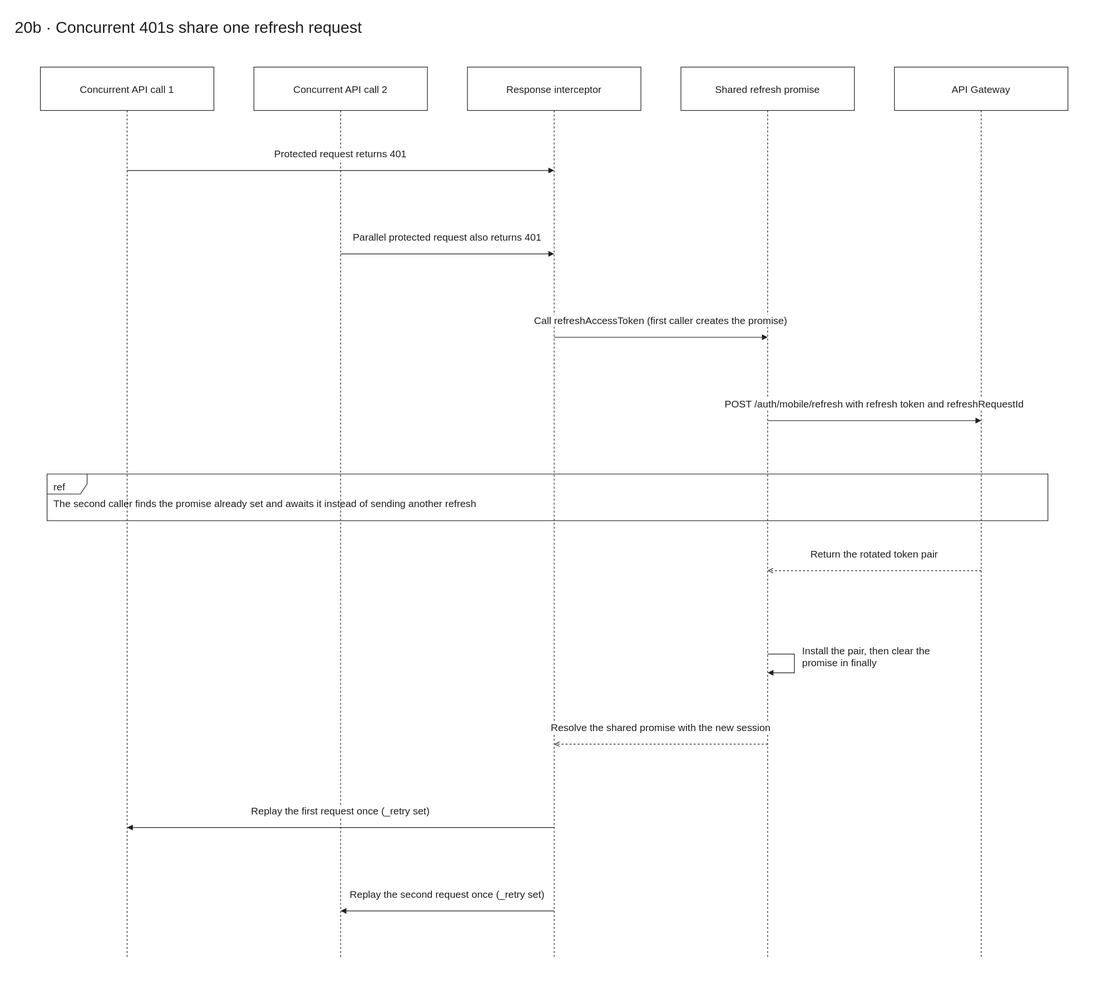
Above: docs/diagrams/velora-current/importable-svg/20b-auth-refresh-deduplication.drawio.svg in HieuCuteDangYeu/velora-backend (draw.io), before the change. Source tidied: cells renumbered, new cells last; positions are measured from the earlier drawing's top-left corner, leaving out a move shared by most shapes.
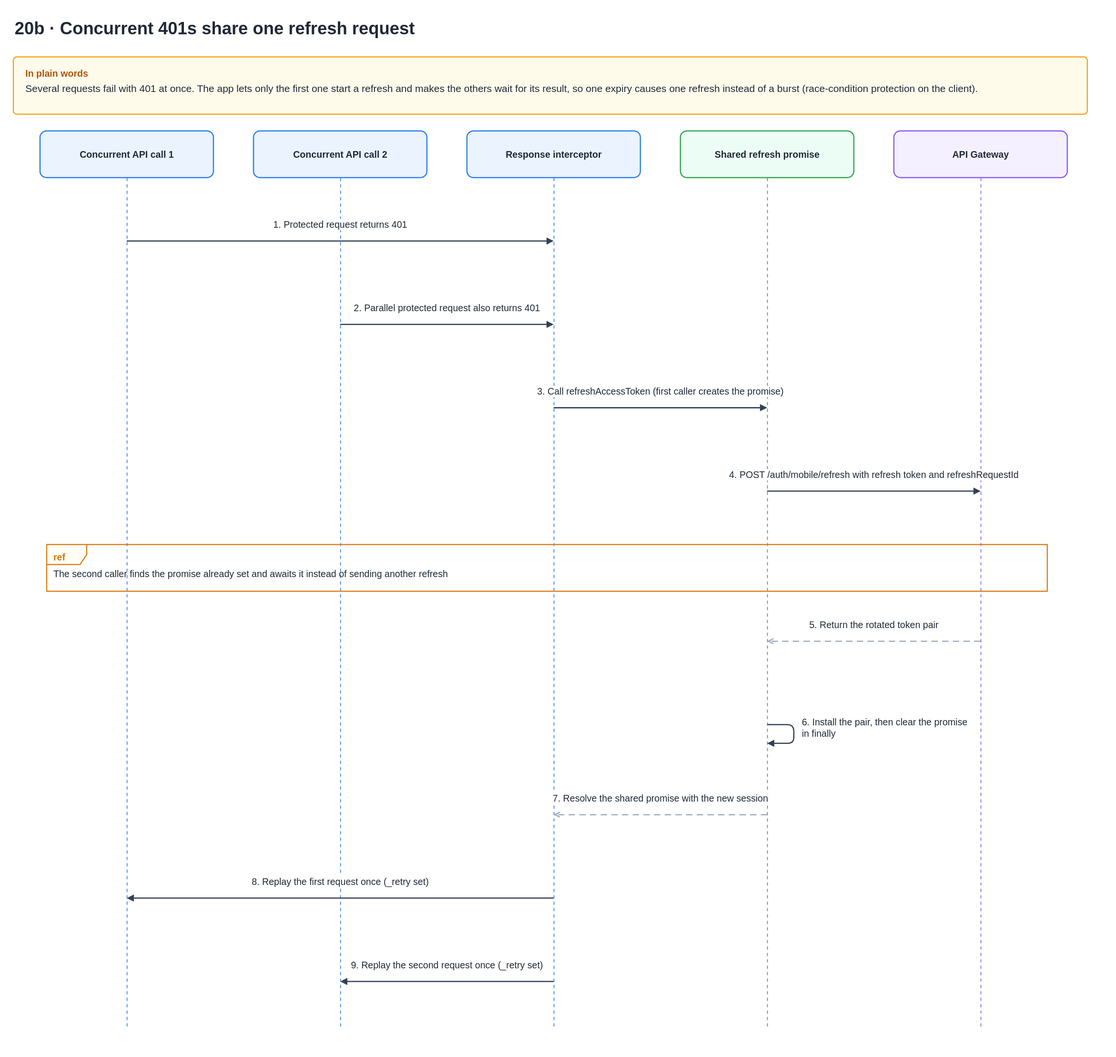
The same diagram one commit later.

Diff of the diagram source:
```diff
@@ -2,126 +2,132 @@
   <root>
     <mxCell id="0" />
     <mxCell id="1" parent="0" />
+    <mxCell id="24" style="html=1;fontFamily=Helvetica;fontSize=14;fontColor=#1F2937;dashed=1;dashPattern=4 4;endArrow=none;strokeColor=#8B5CF6;strokeWidth=1.2;" parent="1" edge="1">
+      <mxGeometry relative="1" as="geometry">
+        <mxPoint x="1450" y="246" as="sourcePoint" />
+        <mxPoint x="1450" y="1521" as="targetPoint" />
+      </mxGeometry>
+    </mxCell>
+    <mxCell id="25" style="html=1;fontFamily=Helvetica;fontSize=14;fontColor=#1F2937;dashed=1;dashPattern=4 4;endArrow=none;strokeColor=#34A853;strokeWidth=1.2;" parent="1" edge="1">
+      <mxGeometry relative="1" as="geometry">
+        <mxPoint x="1130" y="246" as="sourcePoint" />
+        <mxPoint x="1130" y="1521" as="targetPoint" />
+      </mxGeometry>
+    </mxCell>
-    <mxCell id="2" style="html=1;fontFamily=Arial;fontSize=15;fontColor=light-dark(#202020,#eeeeee);strokeColor=light-dark(#202020,#eeeeee);dashed=1;endArrow=none;" parent="1" edge="1">
+    <mxCell id="2" style="html=1;fontFamily=Helvetica;fontSize=14;fontColor=#1F2937;dashed=1;dashPattern=4 4;endArrow=none;strokeColor=#2F80ED;strokeWidth=1.2;" parent="1" edge="1">
       <mxGeometry relative="1" as="geometry">
-        <mxPoint x="1450" y="145" as="sourcePoint" />
-        <mxPoint x="1450" y="1415" as="targetPoint" />
+        <mxPoint x="810" y="246" as="sourcePoint" />
+        <mxPoint x="810" y="1521" as="targetPoint" />
       </mxGeometry>
     </mxCell>
-    <mxCell id="3" style="html=1;fontFamily=Arial;fontSize=15;fontColor=light-dark(#202020,#eeeeee);strokeColor=light-dark(#202020,#eeeeee);dashed=1;endArrow=none;" parent="1" edge="1">
+    <mxCell id="3" style="html=1;fontFamily=Helvetica;fontSize=14;fontColor=#1F2937;dashed=1;dashPattern=4 4;endArrow=none;strokeColor=#2F80ED;strokeWidth=1.2;" parent="1" edge="1">
       <mxGeometry relative="1" as="geometry">
-        <mxPoint x="1130" y="145" as="sourcePoint" />
-        <mxPoint x="1130" y="1415" as="targetPoint" />
+        <mxPoint x="490" y="246" as="sourcePoint" />
+        <mxPoint x="490" y="1521" as="targetPoint" />
       </mxGeometry>
     </mxCell>
-    <mxCell id="4" style="html=1;fontFamily=Arial;fontSize=15;fontColor=light-dark(#202020,#eeeeee);strokeColor=light-dark(#202020,#eeeeee);dashed=1;endArrow=none;" parent="1" edge="1">
+    <mxCell id="4" style="html=1;fontFamily=Helvetica;fontSize=14;fontColor=#1F2937;dashed=1;dashPattern=4 4;endArrow=none;strokeColor=#2F80ED;strokeWidth=1.2;" parent="1" edge="1">
       <mxGeometry relative="1" as="geometry">
-        <mxPoint x="810" y="145" as="sourcePoint" />
-        <mxPoint x="810" y="1415" as="targetPoint" />
+        <mxPoint x="170" y="246" as="sourcePoint" />
+        <mxPoint x="170" y="1521" as="targetPoint" />
       </mxGeometry>
     </mxCell>
-    <mxCell id="5" style="html=1;fontFamily=Arial;fontSize=15;fontColor=light-dark(#202020,#eeeeee);strokeColor=light-dark(#202020,#eeeeee);dashed=1;endArrow=none;" parent="1" edge="1">
-      <mxGeometry relative="1" as="geometry">
-        <mxPoint x="490" y="145" as="sourcePoint" />
-        <mxPoint x="490" y="1415" as="targetPoint" />
-      </mxGeometry>
-    </mxCell>
-    <mxCell id="6" style="html=1;fontFamily=Arial;fontSize=15;fontColor=light-dark(#202020,#eeeeee);strokeColor=light-dark(#202020,#eeeeee);dashed=1;endArrow=none;" parent="1" edge="1">
-      <mxGeometry relative="1" as="geometry">
-        <mxPoint x="170" y="145" as="sourcePoint" />
-        <mxPoint x="170" y="1415" as="targetPoint" />
-      </mxGeometry>
-    </mxCell>
-    <mxCell id="7" value="20b · Concurrent 401s share one refresh request" style="html=1;fontFamily=Arial;fontSize=15;fontColor=light-dark(#202020,#eeeeee);strokeColor=light-dark(#202020,#eeeeee);text;fontSize=24;align=left;strokeColor=none;fillColor=none;" parent="1" vertex="1">
+    <mxCell id="7" value="20b · Concurrent 401s share one refresh request" style="html=1;fontFamily=Helvetica;fontSize=14;fontColor=#1F2937;text;fontSize=26;fontStyle=1;align=left;strokeColor=none;fillColor=none;" parent="1" vertex="1">
       <mxGeometry width="1610" height="50" as="geometry" />
     </mxCell>
-    <mxCell id="8" value="Concurrent API call 1" style="html=1;fontFamily=Arial;fontSize=15;fontColor=light-dark(#202020,#eeeeee);strokeColor=light-dark(#202020,#eeeeee);rounded=0;fillColor=#ffffff;whiteSpace=wrap;align=center;verticalAlign=middle;" parent="1" vertex="1">
-      <mxGeometry x="40" y="80" width="260" height="65" as="geometry" />
+    <mxCell id="8" value="In plain words" style="html=1;fontFamily=Helvetica;fontSize=14;fontColor=#1F2937;rounded=1;arcSize=6;whiteSpace=wrap;fillColor=#FFFBEB;strokeColor=#F59E0B;strokeWidth=1.6;align=left;verticalAlign=top;spacingLeft=16;spacingTop=10;spacingRight=16;fontStyle=1;fontColor=#B45309;" parent="1" vertex="1">
+      <mxGeometry y="65" width="1610" height="86" as="geometry" />
     </mxCell>
-    <mxCell id="9" value="Concurrent API call 2" style="html=1;fontFamily=Arial;fontSize=15;fontColor=light-dark(#202020,#eeeeee);strokeColor=light-dark(#202020,#eeeeee);rounded=0;fillColor=#ffffff;whiteSpace=wrap;align=center;verticalAlign=middle;" parent="1" vertex="1">
-      <mxGeometry x="360" y="80" width="260" height="65" as="geometry" />
+    <mxCell id="9" value="Several requests fail with 401 at once. The app lets only the first one start a refresh and makes the others wait for its result, so one expiry causes one refresh instead of a burst (race-condition protection on the client)." style="html=1;fontFamily=Helvetica;fontSize=14;fontColor=#1F2937;text;whiteSpace=wrap;align=left;verticalAlign=top;strokeColor=none;fillColor=none;fontSize=15;" parent="1" vertex="1">
+      <mxGeometry x="16" y="97" width="1570" height="48" as="geometry" />
     </mxCell>
-    <mxCell id="10" value="Response interceptor" style="html=1;fontFamily=Arial;fontSize=15;fontColor=light-dark(#202020,#eeeeee);strokeColor=light-dark(#202020,#eeeeee);rounded=0;fillColor=#ffffff;whiteSpace=wrap;align=center;verticalAlign=middle;" parent="1" vertex="1">
-      <mxGeometry x="680" y="80" width="260" height="65" as="geometry" />
+    <mxCell id="10" value="Concurrent API call 1" style="html=1;fontFamily=Helvetica;fontSize=14;fontColor=#1F2937;rounded=1;arcSize=14;whiteSpace=wrap;fillColor=#EAF3FF;strokeColor=#2F80ED;strokeWidth=1.8;align=center;verticalAlign=middle;fontStyle=1;" parent="1" vertex="1">
+      <mxGeometry x="40" y="176" width="260" height="70" as="geometry" />
     </mxCell>
-    <mxCell id="11" value="Shared refresh promise" style="html=1;fontFamily=Arial;fontSize=15;fontColor=light-dark(#202020,#eeeeee);strokeColor=light-dark(#202020,#eeeeee);rounded=0;fillColor=#ffffff;whiteSpace=wrap;align=center;verticalAlign=middle;" parent="1" vertex="1">
-      <mxGeometry x="1000" y="80" width="260" height="65" as="geometry" />
+    <mxCell id="11" value="Concurrent API call 2" style="html=1;fontFamily=Helvetica;fontSize=14;fontColor=#1F2937;rounded=1;arcSize=14;whiteSpace=wrap;fillColor=#EAF3FF;strokeColor=#2F80ED;strokeWidth=1.8;align=center;verticalAlign=middle;fontStyle=1;" parent="1" vertex="1">
+      <mxGeometry x="360" y="176" width="260" height="70" as="geometry" />
     </mxCell>
-    <mxCell id="12" value="API Gateway" style="html=1;fontFamily=Arial;fontSize=15;fontColor=light-dark(#202020,#eeeeee);strokeColor=light-dark(#202020,#eeeeee);rounded=0;fillColor=#ffffff;whiteSpace=wrap;align=center;verticalAlign=middle;" parent="1" vertex="1">
-      <mxGeometry x="1320" y="80" width="260" height="65" as="geometry" />
+    <mxCell id="12" value="Response interceptor" style="html=1;fontFamily=Helvetica;fontSize=14;fontColor=#1F2937;rounded=1;arcSize=14;whiteSpace=wrap;fillColor=#EAF3FF;strokeColor=#2F80ED;strokeWidth=1.8;align=center;verticalAlign=middle;fontStyle=1;" parent="1" vertex="1">
+      <mxGeometry x="680" y="176" width="260" height="70" as="geometry" />
     </mxCell>
-    <mxCell id="13" value="Protected request returns 401" style="html=1;fontFamily=Arial;fontSize=15;fontColor=light-dark(#202020,#eeeeee);strokeColor=light-dark(#202020,#eeeeee);endArrow=block;endFill=1;labelBackgroundColor=#ffffff;labelWidth=550;whiteSpace=wrap;align=center;" parent="1" edge="1">
-      <mxGeometry relative="1" as="geometry">
-        <mxPoint x="170" y="235" as="sourcePoint" />
-        <mxPoint x="810" y="235" as="targetPoint" />
-        <mxPoint y="-25" as="offset" />
-      </mxGeometry>
+    <mxCell id="13" value="Shared refresh promise" style="html=1;fontFamily=Helvetica;fontSize=14;fontColor=#1F2937;rounded=1;arcSize=14;whiteSpace=wrap;fillColor=#ECFDF5;strokeColor=#34A853;strokeWidth=1.8;align=center;verticalAlign=middle;fontStyle=1;" parent="1" vertex="1">
+      <mxGeometry x="1000" y="176" width="260" height="70" as="geometry" />
     </mxCell>
-    <mxCell id="14" value="Parallel protected request also returns 401" style="html=1;fontFamily=Arial;fontSize=15;fontColor=light-dark(#202020,#eeeeee);strokeColor=light-dark(#202020,#eeeeee);endArrow=block;endFill=1;labelBackgroundColor=#ffffff;labelWidth=550;whiteSpace=wrap;align=center;" parent="1" edge="1">
-      <mxGeometry relative="1" as="geometry">
-        <mxPoint x="490" y="360" as="sourcePoint" />
-        <mxPoint x="810" y="360" as="targetPoint" />
-        <mxPoint y="-25" as="offset" />
-      </mxGeometry>
+    <mxCell id="14" value="API Gateway" style="html=1;fontFamily=Helvetica;fontSize=14;fontColor=#1F2937;rounded=1;arcSize=14;whiteSpace=wrap;fillColor=#F5F0FF;strokeColor=#8B5CF6;strokeWidth=1.8;align=center;verticalAlign=middle;fontStyle=1;" parent="1" vertex="1">
+      <mxGeometry x="1320" y="176" width="260" height="70" as="geometry" />
     </mxCell>
-    <mxCell id="15" value="Call refreshAccessToken (first caller creates the promise)" style="html=1;fontFamily=Arial;fontSize=15;fontColor=light-dark(#202020,#eeeeee);strokeColor=light-dark(#202020,#eeeeee);endArrow=block;endFill=1;labelBackgroundColor=#ffffff;labelWidth=550;whiteSpace=wrap;align=center;" parent="1" edge="1">
+    <mxCell id="15" value="1. Protected request returns 401" style="html=1;fontFamily=Helvetica;fontSize=14;fontColor=#1F2937;labelBackgroundColor=#ffffff;whiteSpace=wrap;endArrow=block;endFill=1;strokeColor=#334155;strokeWidth=1.8;labelWidth=560;align=center;" parent="1" edge="1">
       <mxGeometry relative="1" as="geometry">
-        <mxPoint x="810" y="485" as="sourcePoint" />
-        <mxPoint x="1130" y="485" as="targetPoint" />
+        <mxPoint x="170" y="341" as="sourcePoint" />
+        <mxPoint x="810" y="341" as="targetPoint" />
         <mxPoint y="-25" as="offset" />
       </mxGeometry>
     </mxCell>
-    <mxCell id="16" value="POST /auth/mobile/refresh with refresh token and refreshRequestId" style="html=1;fontFamily=Arial;fontSize=15;fontColor=light-dark(#202020,#eeeeee);strokeColor=light-dark(#202020,#eeeeee);endArrow=block;endFill=1;labelBackgroundColor=#ffffff;labelWidth=550;whiteSpace=wrap;align=center;" parent="1" edge="1">
+    <mxCell id="16" value="2. Parallel protected request also returns 401" style="html=1;fontFamily=Helvetica;fontSize=14;fontColor=#1F2937;labelBackgroundColor=#ffffff;whiteSpace=wrap;endArrow=block;endFill=1;strokeColor=#334155;strokeWidth=1.8;labelWidth=560;align=center;" parent="1" edge="1">
       <mxGeometry relative="1" as="geometry">
-        <mxPoint x="1130" y="610" as="sourcePoint" />
-        <mxPoint x="1450" y="610" as="targetPoint" />
+        <mxPoint x="490" y="466" as="sourcePoint" />
+        <mxPoint x="810" y="466" as="targetPoint" />
         <mxPoint y="-25" as="offset" />
       </mxGeometry>
     </mxCell>
-    <mxCell id="17" value="ref" style="html=1;fontFamily=Arial;fontSize=15;fontColor=light-dark(#202020,#eeeeee);strokeColor=light-dark(#202020,#eeeeee);shape=umlFrame;fillColor=light-dark(#ffffff,#181818);align=left;verticalAlign=top;spacingLeft=8;spacingTop=4;" parent="1" vertex="1">
-      <mxGeometry x="50" y="690" width="1500" height="70" as="geometry" />
+    <mxCell id="17" value="3. Call refreshAccessToken (first caller creates the promise)" style="html=1;fontFamily=Helvetica;fontSize=14;fontColor=#1F2937;labelBackgroundColor=#ffffff;whiteSpace=wrap;endArrow=block;endFill=1;strokeColor=#334155;strokeWidth=1.8;labelWidth=560;align=center;" parent="1" edge="1">
+      <mxGeometry relative="1" as="geometry">
+        <mxPoint x="810" y="591" as="sourcePoint" />
+        <mxPoint x="1130" y="591" as="targetPoint" />
+        <mxPoint y="-25" as="offset" />
+      </mxGeometry>
     </mxCell>
-    <mxCell id="18" value="The second caller finds the promise already set and awaits it instead of sending another refresh" style="html=1;fontFamily=Arial;fontSize=15;fontColor=light-dark(#202020,#eeeeee);strokeColor=light-dark(#202020,#eeeeee);text;whiteSpace=wrap;align=left;verticalAlign=middle;strokeColor=none;fillColor=none;" parent="1" vertex="1">
-      <mxGeometry x="58" y="712" width="1480" height="44" as="geometry" />
+    <mxCell id="18" value="4. POST /auth/mobile/refresh with refresh token and refreshRequestId" style="html=1;fontFamily=Helvetica;fontSize=14;fontColor=#1F2937;labelBackgroundColor=#ffffff;whiteSpace=wrap;endArrow=block;endFill=1;strokeColor=#334155;strokeWidth=1.8;labelWidth=560;align=center;" parent="1" edge="1">
+      <mxGeometry relative="1" as="geometry">
+        <mxPoint x="1130" y="716" as="sourcePoint" />
+        <mxPoint x="1450" y="716" as="targetPoint" />
+        <mxPoint y="-25" as="offset" />
+      </mxGeometry>
     </mxCell>
-    <mxCell id="19" value="Return the rotated token pair" style="html=1;fontFamily=Arial;fontSize=15;fontColor=light-dark(#202020,#eeeeee);strokeColor=light-dark(#202020,#eeeeee);endArrow=open;dashed=1;labelBackgroundColor=#ffffff;labelWidth=550;whiteSpace=wrap;align=center;" parent="1" edge="1">
-      <mxGeometry relative="1" as="geometry">
-        <mxPoint x="1450" y="835" as="sourcePoint" />
-        <mxPoint x="1130" y="835" as="targetPoint" />
-        <mxPoint y="-25" as="offset" />
-      </mxGeometry>
+    <mxCell id="19" value="ref" style="html=1;fontFamily=Helvetica;fontSize=14;fontColor=#1F2937;shape=umlFrame;fillColor=#FFFBEB;strokeColor=#D97706;strokeWidth=1.6;fillOpacity=55;fontColor=#D97706;fontStyle=1;align=left;verticalAlign=top;spacingLeft=8;spacingTop=4;" parent="1" vertex="1">
+      <mxGeometry x="50" y="796" width="1500" height="70" as="geometry" />
     </mxCell>
-    <mxCell id="20" value="Install the pair, then clear the promise in finally" style="html=1;fontFamily=Arial;fontSize=15;fontColor=light-dark(#202020,#eeeeee);strokeColor=light-dark(#202020,#eeeeee);endArrow=block;endFill=1;edgeStyle=orthogonalEdgeStyle;curved=0;rounded=0;orthogonalLoop=1;jettySize=auto;labelBackgroundColor=#ffffff;labelWidth=240;whiteSpace=wrap;align=left;" parent="1" edge="1">
-      <mxGeometry relative="1" as="geometry">
-        <mxPoint x="1130" y="960" as="sourcePoint" />
-        <mxPoint x="1130" y="988" as="targetPoint" />
-        <Array as="points">
-          <mxPoint x="1170" y="960" />
-          <mxPoint x="1170" y="988" />
-        </Array>
-        <mxPoint x="10" y="-10" as="offset" />
-      </mxGeometry>
+    <mxCell id="20" value="The second caller finds the promise already set and awaits it instead of sending another refresh" style="html=1;fontFamily=Helvetica;fontSize=14;fontColor=#1F2937;text;whiteSpace=wrap;align=left;verticalAlign=middle;strokeColor=none;fillColor=none;" parent="1" vertex="1">
+      <mxGeometry x="58" y="818" width="1480" height="44" as="geometry" />
     </mxCell>
-    <mxCell id="21" value="Resolve the shared promise with the new session" style="html=1;fontFamily=Arial;fontSize=15;fontColor=light-dark(#202020,#eeeeee);strokeColor=light-dark(#202020,#eeeeee);endArrow=open;dashed=1;labelBackgroundColor=#ffffff;labelWidth=550;whiteSpace=wrap;align=center;" parent="1" edge="1">
+    <mxCell id="21" value="5. Return the rotated token pair" style="html=1;fontFamily=Helvetica;fontSize=14;fontColor=#1F2937;labelBackgroundColor=#ffffff;whiteSpace=wrap;endArrow=open;endFill=0;dashed=1;dashPattern=6 4;strokeColor=#94A3B8;strokeWidth=1.6;labelWidth=560;align=center;" parent="1" edge="1">
       <mxGeometry relative="1" as="geometry">
-        <mxPoint x="1130" y="1095" as="sourcePoint" />
-        <mxPoint x="810" y="1095" as="targetPoint" />
+        <mxPoint x="1450" y="941" as="sourcePoint" />
+        <mxPoint x="1130" y="941" as="targetPoint" />
         <mxPoint y="-25" as="offset" />
       </mxGeometry>
     </mxCell>
-    <mxCell id="22" value="Replay the first request once (_retry set)" style="html=1;fontFamily=Arial;fontSize=15;fontColor=light-dark(#202020,#eeeeee);strokeColor=light-dark(#202020,#eeeeee);endArrow=block;endFill=1;labelBackgroundColor=#ffffff;labelWidth=550;whiteSpace=wrap;align=center;" parent="1" edge="1">
+    <mxCell id="22" value="6. Install the pair, then clear the promise in finally" style="html=1;fontFamily=Helvetica;fontSize=14;fontColor=#1F2937;labelBackgroundColor=#ffffff;whiteSpace=wrap;endArrow=block;endFill=1;strokeColor=#334155;strokeWidth=1.8;edgeStyle=orthogonalEdgeStyle;curved=0;rounded=1;orthogonalLoop=1;jettySize=auto;labelWidth=260;align=left;" parent="1" edge="1">
       <mxGeometry relative="1" as="geometry">
-        <mxPoint x="810" y="1220" as="sourcePoint" />
-        <mxPoint x="170" y="1220" as="targetPoint" />
-        <mxPoint y="-25" as="offset" />
+        <mxPoint x="1130" y="1066" as="sourcePoint" />
+        <mxPoint x="1130" y="1094" as="targetPoint" />
+        <Array as="points">
+          <mxPoint x="1170" y="1066" />
+          <mxPoint x="1170" y="1094" />
+        </Array>
+        <mxPoint x="10" y="-10" as="offset" />
       </mxGeometry>
     </mxCell>
-    <mxCell id="23" value="Replay the second request once (_retry set)" style="html=1;fontFamily=Arial;fontSize=15;fontColor=light-dark(#202020,#eeeeee);strokeColor=light-dark(#202020,#eeeeee);endArrow=block;endFill=1;labelBackgroundColor=#ffffff;labelWidth=550;whiteSpace=wrap;align=center;" parent="1" edge="1">
+    <mxCell id="23" value="7. Resolve the shared promise with the new session" style="html=1;fontFamily=Helvetica;fontSize=14;fontColor=#1F2937;labelBackgroundColor=#ffffff;whiteSpace=wrap;endArrow=open;endFill=0;dashed=1;dashPattern=6 4;strokeColor=#94A3B8;strokeWidth=1.6;labelWidth=560;align=center;" parent="1" edge="1">
       <mxGeometry relative="1" as="geometry">
-        <mxPoint x="810" y="1345" as="sourcePoint" />
-        <mxPoint x="490" y="1345" as="targetPoint" />
+        <mxPoint x="1130" y="1201" as="sourcePoint" />
+        <mxPoint x="810" y="1201" as="targetPoint" />
         <mxPoint y="-25" as="offset" />
       </mxGeometry>
     </mxCell>
+    <mxCell id="26" value="8. Replay the first request once (_retry set)" style="html=1;fontFamily=Helvetica;fontSize=14;fontColor=#1F2937;labelBackgroundColor=#ffffff;whiteSpace=wrap;endArrow=block;endFill=1;strokeColor=#334155;strokeWidth=1.8;labelWidth=560;align=center;" parent="1" edge="1">
+      <mxGeometry relative="1" as="geometry">
+        <mxPoint x="810" y="1326" as="sourcePoint" />
+        <mxPoint x="170" y="1326" as="targetPoint" />
+        <mxPoint y="-25" as="offset" />
+      </mxGeometry>
+    </mxCell>
+    <mxCell id="27" value="9. Replay the second request once (_retry set)" style="html=1;fontFamily=Helvetica;fontSize=14;fontColor=#1F2937;labelBackgroundColor=#ffffff;whiteSpace=wrap;endArrow=block;endFill=1;strokeColor=#334155;strokeWidth=1.8;labelWidth=560;align=center;" parent="1" edge="1">
+      <mxGeometry relative="1" as="geometry">
+        <mxPoint x="810" y="1451" as="sourcePoint" />
+        <mxPoint x="490" y="1451" as="targetPoint" />
+        <mxPoint y="-25" as="offset" />
+      </mxGeometry>
+    </mxCell>
   </root>
 </mxGraphModel>
```
